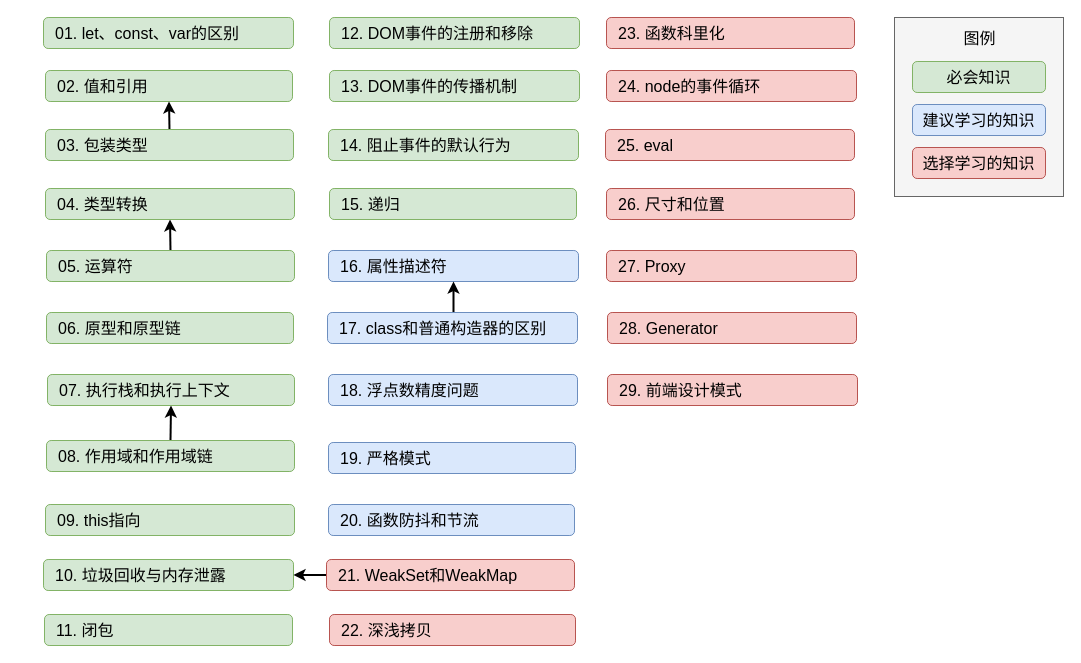
Before: 知识图谱.dio in 915030415/frontend-interview-javascript, a draw.io diagram. Source tidied: cells renumbered, new cells numbered last; positions are measured from the earlier drawing's top-left corner, leaving out a move shared by most shapes. Both pictures are drawn from the tidied source at 100%, with x=0, y=0 at pixel (43, 17).
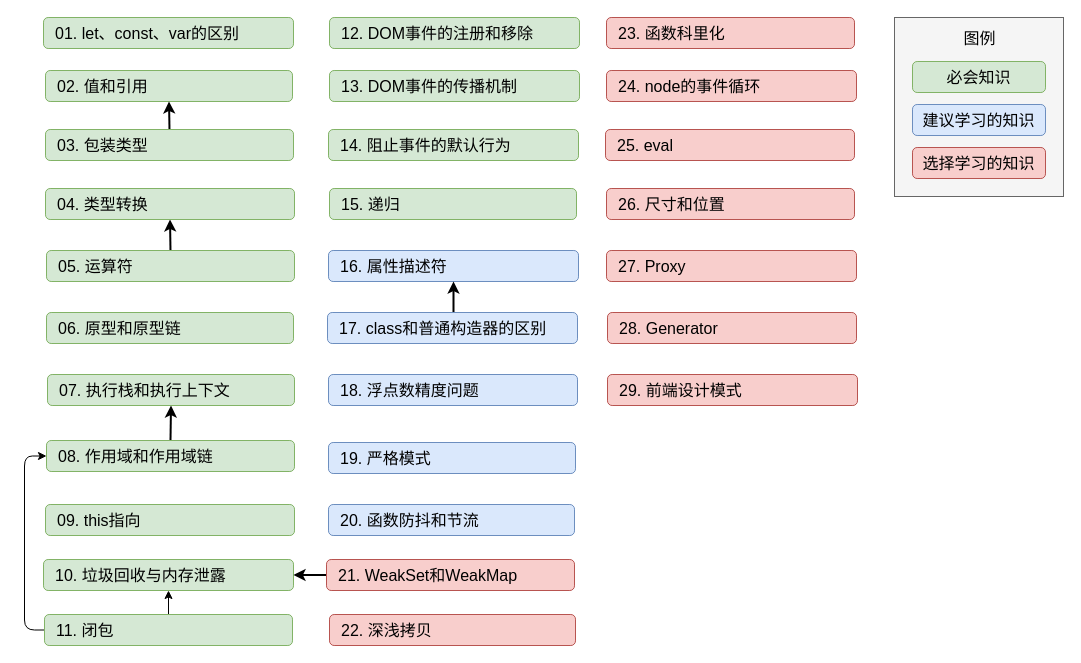
Above is the later version.

Commit message:
更新了知识图谱的依赖关系

Unchanged cells that the change refers to:
```xml
<mxCell id="3" value="&lt;font color=&quot;#000000&quot;&gt;10. 垃圾回收与内存泄露&lt;/font&gt;" style="rounded=1;whiteSpace=wrap;html=1;fillColor=#d5e8d4;strokeColor=#82b366;fontSize=16;fontFamily=Roboto Mono;align=left;spacingLeft=10;" parent="1" vertex="1">
  <mxGeometry y="542" width="250" height="31" as="geometry" />
</mxCell>
<mxCell id="4" value="&lt;font color=&quot;#000000&quot;&gt;11. 闭包&lt;/font&gt;" style="rounded=1;whiteSpace=wrap;html=1;fillColor=#d5e8d4;strokeColor=#82b366;fontSize=16;fontFamily=Roboto Mono;align=left;spacingLeft=10;" parent="1" vertex="1">
  <mxGeometry x="1" y="597" width="248" height="31" as="geometry" />
</mxCell>
<mxCell id="9" value="&lt;font color=&quot;#000000&quot;&gt;08. 作用域和作用域链&lt;/font&gt;" style="rounded=1;whiteSpace=wrap;html=1;fillColor=#d5e8d4;strokeColor=#82b366;fontSize=16;fontFamily=Roboto Mono;align=left;spacingLeft=10;" parent="1" vertex="1">
  <mxGeometry x="3" y="423" width="248" height="31" as="geometry" />
</mxCell>
```

What changed in the source:
```diff
@@
+    <mxCell id="41" style="edgeStyle=none;html=1;" parent="1" edge="1" source="4" target="3">
+      <mxGeometry relative="1" as="geometry" />
+    </mxCell>
+    <mxCell id="42" style="edgeStyle=orthogonalEdgeStyle;html=1;entryX=0;entryY=0.5;entryDx=0;entryDy=0;" parent="1" edge="1" source="4" target="9">
+      <mxGeometry relative="1" as="geometry">
+        <Array as="points">
+          <mxPoint x="-19" y="613" />
+          <mxPoint x="-19" y="439" />
+        </Array>
+      </mxGeometry>
+    </mxCell>
```
